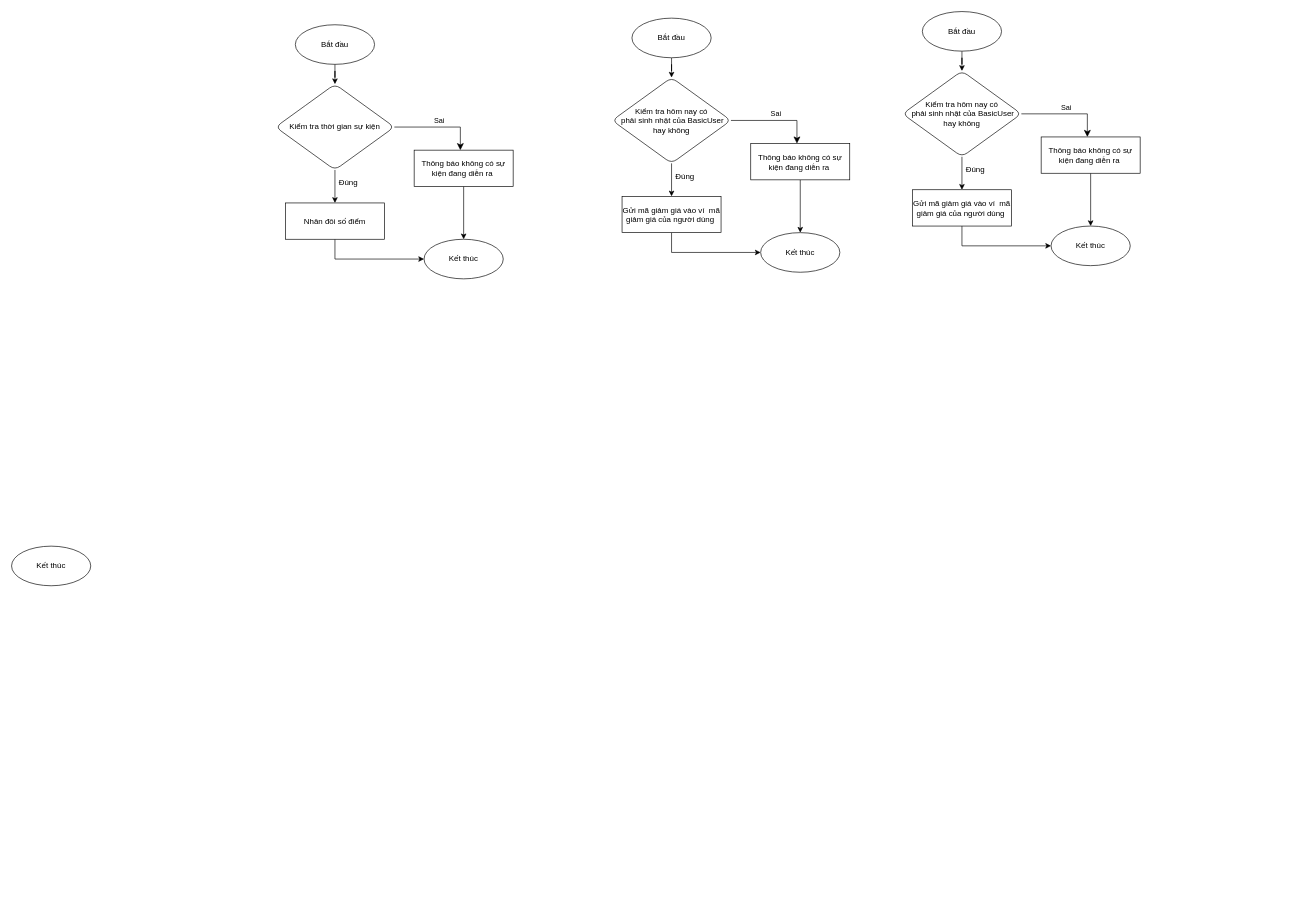
Before: sukienhangnam.drawio in nguyendu11a2/TADA_DIAGRAM, a draw.io diagram. Source tidied: cells renumbered, new cells numbered last; positions are measured from the earlier drawing's top-left corner, leaving out a move shared by most shapes. Both pictures are drawn from the tidied source at 66%, with x=0, y=0 at pixel (11, 11).
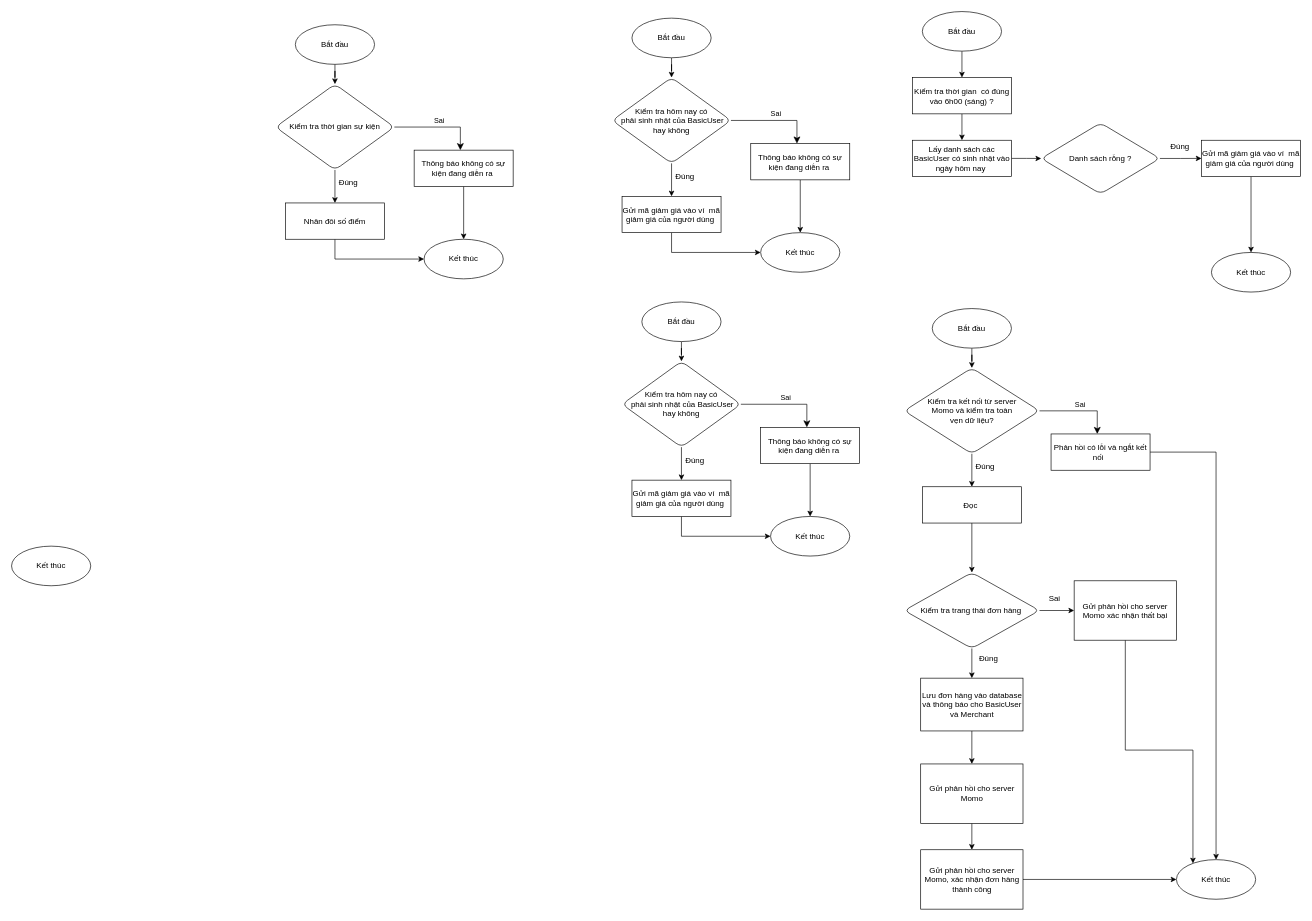
The same diagram, later.

The change refers to these unchanged cells:
```xml
<mxCell id="30" value="Bắt đầu" style="ellipse;whiteSpace=wrap;html=1;rounded=1;shadow=0;strokeWidth=1;glass=0;" parent="1" vertex="1">
  <mxGeometry x="1380" width="120" height="60" as="geometry" />
</mxCell>
```

Diff of the diagram source:
```diff
@@
-    <mxCell id="25" value="Sai" style="edgeStyle=orthogonalEdgeStyle;rounded=0;html=1;jettySize=auto;fontSize=11;endArrow=classic;endFill=1;endSize=8;strokeWidth=1;shadow=0;labelBackgroundColor=none;" parent="1" edge="1" source="35" target="28">
-      <mxGeometry y="10" relative="1" as="geometry">
-        <Array as="points">
-          <mxPoint x="1630" y="155" />
-        </Array>
-      </mxGeometry>
-    </mxCell>
-    <mxCell id="26" style="edgeStyle=orthogonalEdgeStyle;rounded=0;jettySize=auto;html=1;endArrow=classic;endFill=1;entryX=0.5;entryY=0;entryDx=0;entryDy=0;exitX=0.5;exitY=1;exitDx=0;exitDy=0;" parent="1" edge="1" source="35" target="33">
-      <mxGeometry relative="1" as="geometry" />
-    </mxCell>
-    <mxCell id="27" style="edgeStyle=orthogonalEdgeStyle;rounded=0;jettySize=auto;html=1;endArrow=classic;endFill=1;" parent="1" edge="1" source="28" target="31">
-      <mxGeometry relative="1" as="geometry" />
-    </mxCell>
-    <mxCell id="28" value="Thông báo không có sự kiện đang diễn ra&amp;nbsp;" style="rounded=0;whiteSpace=wrap;html=1;" parent="1" vertex="1">
-      <mxGeometry x="1560" y="190" width="150" height="55" as="geometry" />
-    </mxCell>
-    <mxCell id="29" style="edgeStyle=orthogonalEdgeStyle;rounded=0;jettySize=auto;html=1;endArrow=classic;endFill=1;" parent="1" edge="1" source="30" target="35">
-      <mxGeometry relative="1" as="geometry" />
-    </mxCell>
+    <mxCell id="36" style="edgeStyle=orthogonalEdgeStyle;rounded=0;jettySize=auto;html=1;" parent="1" edge="1" source="30" target="38">
+      <mxGeometry relative="1" as="geometry" />
+    </mxCell>
@@
     <mxCell id="31" value="Kết thúc" style="ellipse;whiteSpace=wrap;html=1;rounded=1;shadow=0;strokeWidth=1;glass=0;" parent="1" vertex="1">
-      <mxGeometry x="1575" y="325" width="120" height="60" as="geometry" />
+      <mxGeometry x="1818" y="365" width="120" height="60" as="geometry" />
     </mxCell>
-    <mxCell id="32" style="edgeStyle=orthogonalEdgeStyle;rounded=0;jettySize=auto;html=1;exitX=0.5;exitY=1;exitDx=0;exitDy=0;entryX=0;entryY=0.5;entryDx=0;entryDy=0;" parent="1" edge="1" source="33" target="31">
+    <mxCell id="32" style="edgeStyle=orthogonalEdgeStyle;rounded=0;jettySize=auto;html=1;" parent="1" edge="1" source="33" target="31">
       <mxGeometry relative="1" as="geometry" />
     </mxCell>
     <mxCell id="33" value="Gửi mã giảm giá vào ví&amp;nbsp; mã giảm giá của người dùng&amp;nbsp;" style="rounded=0;whiteSpace=wrap;html=1;" parent="1" vertex="1">
-      <mxGeometry x="1365" y="270" width="150" height="55" as="geometry" />
+      <mxGeometry x="1803" y="195" width="150" height="55" as="geometry" />
     </mxCell>
     <mxCell id="34" value="Đúng" style="text;html=1;align=center;verticalAlign=middle;strokeColor=none;fillColor=none;" parent="1" vertex="1">
-      <mxGeometry x="1440" y="230" width="40" height="20" as="geometry" />
+      <mxGeometry x="1750" y="195" width="40" height="20" as="geometry" />
     </mxCell>
+    <mxCell id="26" style="edgeStyle=orthogonalEdgeStyle;rounded=0;jettySize=auto;html=1;" parent="1" edge="1" source="35" target="33">
+      <mxGeometry relative="1" as="geometry" />
+    </mxCell>
-    <mxCell id="35" value="Kiểm tra hôm nay có&lt;br&gt;&amp;nbsp;phải sinh nhật của BasicUser hay không" style="rhombus;whiteSpace=wrap;html=1;rounded=1;shadow=0;strokeWidth=1;glass=0;" parent="1" vertex="1">
-      <mxGeometry x="1350" y="90" width="180" height="130" as="geometry" />
+    <mxCell id="35" value="Danh sách rỗng ?" style="rhombus;whiteSpace=wrap;html=1;rounded=1;shadow=0;strokeWidth=1;glass=0;" parent="1" vertex="1">
+      <mxGeometry x="1560" y="168.8" width="180" height="107.5" as="geometry" />
     </mxCell>
+    <mxCell id="37" style="edgeStyle=orthogonalEdgeStyle;rounded=0;jettySize=auto;html=1;" parent="1" edge="1" source="38" target="40">
+      <mxGeometry relative="1" as="geometry" />
+    </mxCell>
+    <mxCell id="38" value="Kiểm tra thời gian&amp;nbsp; có đúng vào 6h00 (sáng) ?" style="rounded=0;whiteSpace=wrap;html=1;" parent="1" vertex="1">
+      <mxGeometry x="1365" y="100" width="150" height="55" as="geometry" />
+    </mxCell>
+    <mxCell id="39" style="edgeStyle=orthogonalEdgeStyle;rounded=0;jettySize=auto;html=1;" parent="1" edge="1" source="40" target="35">
+      <mxGeometry relative="1" as="geometry" />
+    </mxCell>
+    <mxCell id="40" value="Lấy danh sách các BasicUser có sinh nhật vào ngày hôm nay&amp;nbsp;" style="rounded=0;whiteSpace=wrap;html=1;" parent="1" vertex="1">
+      <mxGeometry x="1365" y="195" width="150" height="55" as="geometry" />
+    </mxCell>
+    <mxCell id="41" value="Sai" style="edgeStyle=orthogonalEdgeStyle;rounded=0;html=1;jettySize=auto;fontSize=11;endArrow=classic;endFill=1;endSize=8;strokeWidth=1;shadow=0;labelBackgroundColor=none;" parent="1" edge="1" source="50" target="28">
+      <mxGeometry y="10" relative="1" as="geometry">
+        <Array as="points">
+          <mxPoint x="1205" y="595" />
+        </Array>
+      </mxGeometry>
+    </mxCell>
+    <mxCell id="42" style="edgeStyle=orthogonalEdgeStyle;rounded=0;jettySize=auto;html=1;endArrow=classic;endFill=1;entryX=0.5;entryY=0;entryDx=0;entryDy=0;exitX=0.5;exitY=1;exitDx=0;exitDy=0;" parent="1" edge="1" source="50" target="48">
+      <mxGeometry relative="1" as="geometry" />
+    </mxCell>
+    <mxCell id="43" style="edgeStyle=orthogonalEdgeStyle;rounded=0;jettySize=auto;html=1;endArrow=classic;endFill=1;" parent="1" edge="1" source="28" target="46">
+      <mxGeometry relative="1" as="geometry" />
+    </mxCell>
+    <mxCell id="28" value="Thông báo không có sự kiện đang diễn ra&amp;nbsp;" style="rounded=0;whiteSpace=wrap;html=1;" parent="1" vertex="1">
+      <mxGeometry x="1135" y="630" width="150" height="55" as="geometry" />
+    </mxCell>
+    <mxCell id="44" style="edgeStyle=orthogonalEdgeStyle;rounded=0;jettySize=auto;html=1;endArrow=classic;endFill=1;" parent="1" edge="1" source="45" target="50">
+      <mxGeometry relative="1" as="geometry" />
+    </mxCell>
+    <mxCell id="45" value="Bắt đầu" style="ellipse;whiteSpace=wrap;html=1;rounded=1;shadow=0;strokeWidth=1;glass=0;" parent="1" vertex="1">
+      <mxGeometry x="955" y="440" width="120" height="60" as="geometry" />
+    </mxCell>
+    <mxCell id="46" value="Kết thúc" style="ellipse;whiteSpace=wrap;html=1;rounded=1;shadow=0;strokeWidth=1;glass=0;" parent="1" vertex="1">
+      <mxGeometry x="1150" y="765" width="120" height="60" as="geometry" />
+    </mxCell>
+    <mxCell id="47" style="edgeStyle=orthogonalEdgeStyle;rounded=0;jettySize=auto;html=1;exitX=0.5;exitY=1;exitDx=0;exitDy=0;entryX=0;entryY=0.5;entryDx=0;entryDy=0;" parent="1" edge="1" source="48" target="46">
+      <mxGeometry relative="1" as="geometry" />
+    </mxCell>
+    <mxCell id="48" value="Gửi mã giảm giá vào ví&amp;nbsp; mã giảm giá của người dùng&amp;nbsp;" style="rounded=0;whiteSpace=wrap;html=1;" parent="1" vertex="1">
+      <mxGeometry x="940" y="710" width="150" height="55" as="geometry" />
+    </mxCell>
+    <mxCell id="49" value="Đúng" style="text;html=1;align=center;verticalAlign=middle;strokeColor=none;fillColor=none;" parent="1" vertex="1">
+      <mxGeometry x="1015" y="670" width="40" height="20" as="geometry" />
+    </mxCell>
+    <mxCell id="50" value="Kiểm tra hôm nay có&lt;br&gt;&amp;nbsp;phải sinh nhật của BasicUser hay không" style="rhombus;whiteSpace=wrap;html=1;rounded=1;shadow=0;strokeWidth=1;glass=0;" parent="1" vertex="1">
+      <mxGeometry x="925" y="530" width="180" height="130" as="geometry" />
+    </mxCell>
+    <mxCell id="51" value="Sai" style="edgeStyle=orthogonalEdgeStyle;rounded=0;html=1;jettySize=auto;fontSize=11;endArrow=classic;endFill=1;endSize=8;strokeWidth=1;shadow=0;labelBackgroundColor=none;" parent="1" edge="1" source="61" target="54">
+      <mxGeometry y="10" relative="1" as="geometry">
+        <Array as="points">
+          <mxPoint x="1645" y="605" />
+        </Array>
+      </mxGeometry>
+    </mxCell>
+    <mxCell id="52" style="edgeStyle=orthogonalEdgeStyle;rounded=0;jettySize=auto;html=1;endArrow=classic;endFill=1;entryX=0.5;entryY=0;entryDx=0;entryDy=0;exitX=0.5;exitY=1;exitDx=0;exitDy=0;" parent="1" edge="1" source="61" target="59">
+      <mxGeometry relative="1" as="geometry" />
+    </mxCell>
+    <mxCell id="53" style="edgeStyle=orthogonalEdgeStyle;rounded=0;jettySize=auto;html=1;endArrow=classic;endFill=1;" parent="1" edge="1" source="54" target="57">
+      <mxGeometry relative="1" as="geometry" />
+    </mxCell>
+    <mxCell id="54" value="Phản hồi có lỗi và ngắt kết nối&amp;nbsp;&amp;nbsp;" style="rounded=0;whiteSpace=wrap;html=1;" parent="1" vertex="1">
+      <mxGeometry x="1575" y="640" width="150" height="55" as="geometry" />
+    </mxCell>
+    <mxCell id="55" style="edgeStyle=orthogonalEdgeStyle;rounded=0;jettySize=auto;html=1;endArrow=classic;endFill=1;" parent="1" edge="1" source="56" target="61">
+      <mxGeometry relative="1" as="geometry" />
+    </mxCell>
+    <mxCell id="56" value="Bắt đầu" style="ellipse;whiteSpace=wrap;html=1;rounded=1;shadow=0;strokeWidth=1;glass=0;" parent="1" vertex="1">
+      <mxGeometry x="1395" y="450" width="120" height="60" as="geometry" />
+    </mxCell>
+    <mxCell id="57" value="Kết thúc" style="ellipse;whiteSpace=wrap;html=1;rounded=1;shadow=0;strokeWidth=1;glass=0;" parent="1" vertex="1">
+      <mxGeometry x="1765" y="1285" width="120" height="60" as="geometry" />
+    </mxCell>
+    <mxCell id="58" style="edgeStyle=orthogonalEdgeStyle;rounded=0;jettySize=auto;html=1;" parent="1" edge="1" source="59" target="64">
+      <mxGeometry relative="1" as="geometry" />
+    </mxCell>
+    <mxCell id="59" value="Đọc&amp;nbsp;" style="rounded=0;whiteSpace=wrap;html=1;" parent="1" vertex="1">
+      <mxGeometry x="1380" y="720" width="150" height="55" as="geometry" />
+    </mxCell>
+    <mxCell id="60" value="Đúng" style="text;html=1;align=center;verticalAlign=middle;strokeColor=none;fillColor=none;" parent="1" vertex="1">
+      <mxGeometry x="1455" y="680" width="40" height="20" as="geometry" />
+    </mxCell>
+    <mxCell id="61" value="Kiểm tra kết nối từ server &lt;br&gt;Momo và kiểm tra toàn &lt;br&gt;vẹn dữ liệu?" style="rhombus;whiteSpace=wrap;html=1;rounded=1;shadow=0;strokeWidth=1;glass=0;" parent="1" vertex="1">
+      <mxGeometry x="1352.5" y="540" width="205" height="130" as="geometry" />
+    </mxCell>
+    <mxCell id="62" style="edgeStyle=orthogonalEdgeStyle;rounded=0;jettySize=auto;html=1;" parent="1" edge="1" source="64" target="66">
+      <mxGeometry relative="1" as="geometry" />
+    </mxCell>
+    <mxCell id="63" style="edgeStyle=orthogonalEdgeStyle;rounded=0;jettySize=auto;html=1;" parent="1" edge="1" source="64" target="74">
+      <mxGeometry relative="1" as="geometry" />
+    </mxCell>
+    <mxCell id="64" value="Kiểm tra trang thái đơn hàng&amp;nbsp;" style="rhombus;whiteSpace=wrap;html=1;rounded=1;shadow=0;strokeWidth=1;glass=0;" parent="1" vertex="1">
+      <mxGeometry x="1352.5" y="850" width="205" height="115" as="geometry" />
+    </mxCell>
+    <mxCell id="65" style="edgeStyle=orthogonalEdgeStyle;rounded=0;jettySize=auto;html=1;" parent="1" edge="1" source="66" target="70">
+      <mxGeometry relative="1" as="geometry" />
+    </mxCell>
+    <mxCell id="66" value="Lưu đơn hàng vào database và thông báo cho BasicUser và Merchant" style="rounded=0;whiteSpace=wrap;html=1;" parent="1" vertex="1">
+      <mxGeometry x="1377.5" y="1010" width="155" height="80" as="geometry" />
+    </mxCell>
+    <mxCell id="67" value="Sai" style="text;html=1;align=center;verticalAlign=middle;strokeColor=none;fillColor=none;" parent="1" vertex="1">
+      <mxGeometry x="1565" y="880" width="30" height="20" as="geometry" />
+    </mxCell>
+    <mxCell id="68" value="Đúng" style="text;html=1;align=center;verticalAlign=middle;strokeColor=none;fillColor=none;" parent="1" vertex="1">
+      <mxGeometry x="1460" y="970" width="40" height="20" as="geometry" />
+    </mxCell>
+    <mxCell id="69" style="edgeStyle=orthogonalEdgeStyle;rounded=0;jettySize=auto;html=1;" parent="1" edge="1" source="70" target="72">
+      <mxGeometry relative="1" as="geometry" />
+    </mxCell>
+    <mxCell id="70" value="Gửi phản hồi cho server Momo" style="whiteSpace=wrap;html=1;rounded=0;" parent="1" vertex="1">
+      <mxGeometry x="1377.5" y="1140" width="155" height="90" as="geometry" />
+    </mxCell>
+    <mxCell id="71" style="edgeStyle=orthogonalEdgeStyle;rounded=0;jettySize=auto;html=1;" parent="1" edge="1" source="72" target="57">
+      <mxGeometry relative="1" as="geometry" />
+    </mxCell>
+    <mxCell id="72" value="Gửi phản hồi cho server Momo, xác nhận đơn hàng thành công" style="whiteSpace=wrap;html=1;rounded=0;" parent="1" vertex="1">
+      <mxGeometry x="1377.5" y="1270" width="155" height="90" as="geometry" />
+    </mxCell>
+    <mxCell id="73" style="edgeStyle=orthogonalEdgeStyle;rounded=0;jettySize=auto;html=1;" parent="1" edge="1" source="74" target="57">
+      <mxGeometry relative="1" as="geometry">
+        <Array as="points">
+          <mxPoint x="1687" y="1119" />
+          <mxPoint x="1790" y="1119" />
+        </Array>
+      </mxGeometry>
+    </mxCell>
+    <mxCell id="74" value="Gửi phản hồi cho server Momo xác nhận thất bại" style="whiteSpace=wrap;html=1;rounded=0;" parent="1" vertex="1">
+      <mxGeometry x="1610" y="862.5" width="155" height="90" as="geometry" />
+    </mxCell>
```
